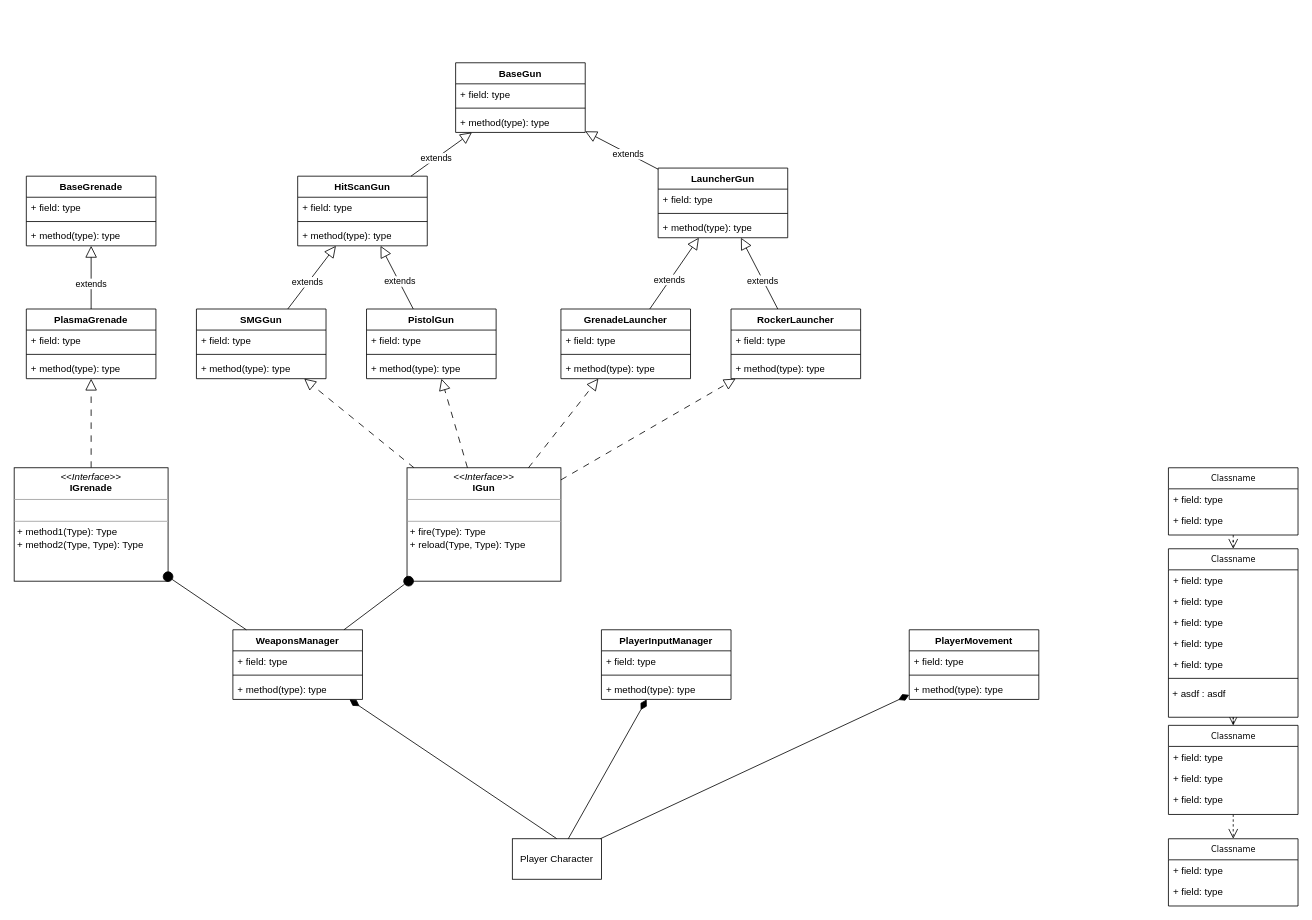
Before: Untitled Diagram.drawio in dana-jadzia/SGD213_Task-2-Wiki, a draw.io diagram. Source tidied: cells renumbered, new cells numbered last; positions are measured from the earlier drawing's top-left corner, leaving out a move shared by most shapes. Both pictures are drawn from the tidied source at 81%, with x=0, y=0 at pixel (14, 62).
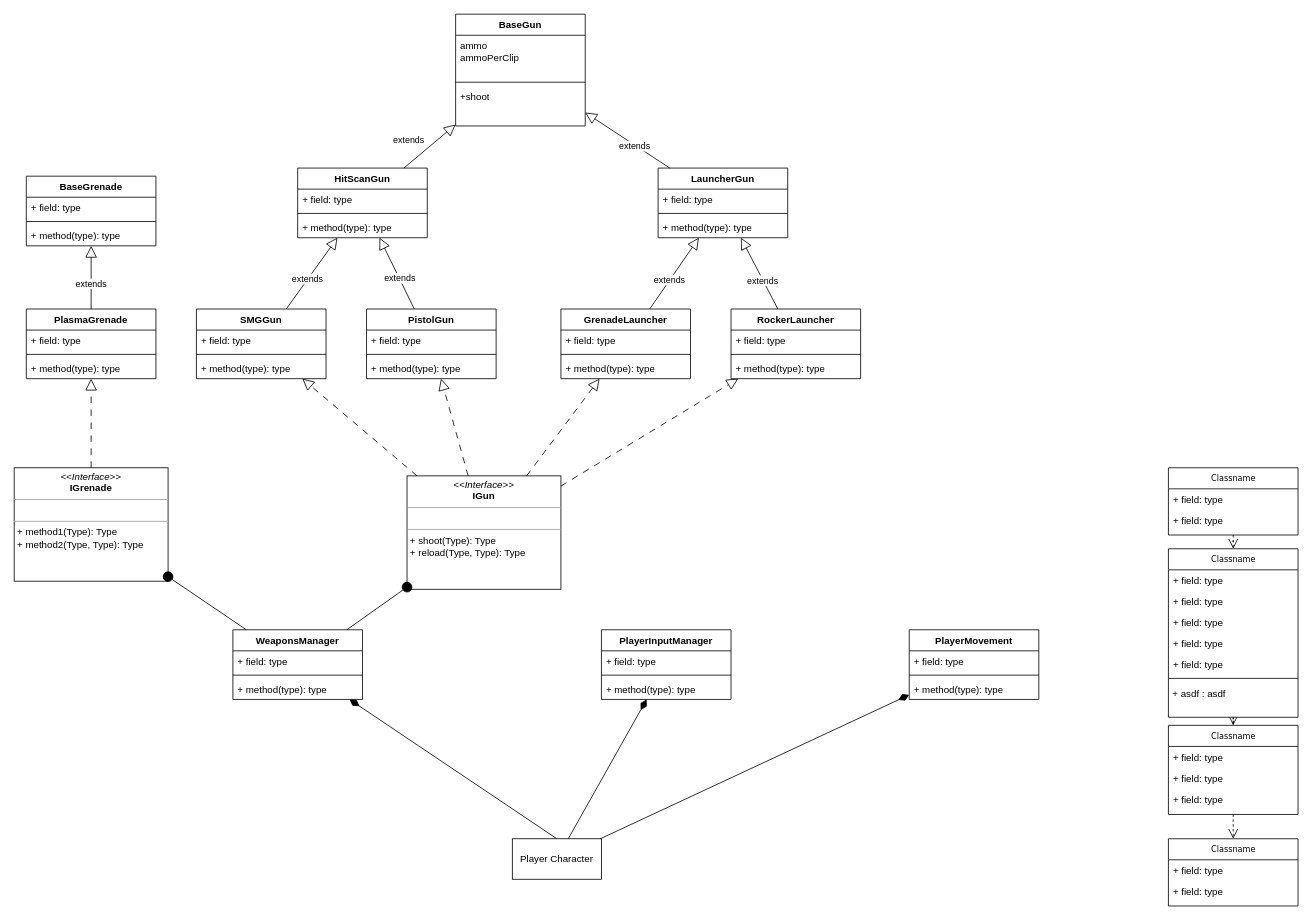
The same page after the edit.

The change refers to these unchanged cells:
```xml
<mxCell id="70" style="rounded=0;jettySize=auto;html=1;endArrow=block;endFill=0;startSize=6;endSize=12;" parent="1" edge="1" source="60" target="66">
  <mxGeometry relative="1" as="geometry" />
</mxCell>
```

Change to the diagram source:
```diff
@@
-    <mxCell id="37" value="&lt;p style=&quot;margin:0px;margin-top:4px;text-align:center;&quot;&gt;&lt;i&gt;&amp;lt;&amp;lt;Interface&amp;gt;&amp;gt;&lt;/i&gt;&lt;br&gt;&lt;b&gt;IGun&lt;/b&gt;&lt;/p&gt;&lt;hr size=&quot;1&quot;&gt;&lt;br&gt;&lt;hr size=&quot;1&quot;&gt;&lt;p style=&quot;margin:0px;margin-left:4px;&quot;&gt;+ fire(Type): Type&lt;br&gt;+ reload(Type, Type): Type&lt;/p&gt;" style="verticalAlign=top;align=left;overflow=fill;fontSize=12;fontFamily=Helvetica;html=1;rounded=0;shadow=0;comic=0;labelBackgroundColor=none;strokeWidth=1;" parent="1" vertex="1">
-      <mxGeometry x="485" y="500" width="190" height="140" as="geometry" />
+    <mxCell id="37" value="&lt;p style=&quot;margin:0px;margin-top:4px;text-align:center;&quot;&gt;&lt;i&gt;&amp;lt;&amp;lt;Interface&amp;gt;&amp;gt;&lt;/i&gt;&lt;br&gt;&lt;b&gt;IGun&lt;/b&gt;&lt;/p&gt;&lt;hr size=&quot;1&quot;&gt;&lt;br&gt;&lt;hr size=&quot;1&quot;&gt;&lt;p style=&quot;margin:0px;margin-left:4px;&quot;&gt;+ shoot(Type): Type&lt;br&gt;+ reload(Type, Type): Type&lt;/p&gt;" style="verticalAlign=top;align=left;overflow=fill;fontSize=12;fontFamily=Helvetica;html=1;rounded=0;shadow=0;comic=0;labelBackgroundColor=none;strokeWidth=1;" parent="1" vertex="1">
+      <mxGeometry x="485" y="510" width="190" height="140" as="geometry" />
     </mxCell>
@@
     <mxCell id="60" value="HitScanGun" style="swimlane;fontStyle=1;align=center;verticalAlign=top;horizontal=1;startSize=26;whiteSpace=wrap;html=1;" parent="1" vertex="1">
-      <mxGeometry x="350" y="140" width="160" height="86" as="geometry" />
+      <mxGeometry x="350" y="130" width="160" height="86" as="geometry" />
     </mxCell>
@@
     <mxCell id="66" value="BaseGun" style="swimlane;fontStyle=1;align=center;verticalAlign=top;horizontal=1;startSize=26;whiteSpace=wrap;html=1;" parent="1" vertex="1">
-      <mxGeometry x="545" width="160" height="86" as="geometry" />
+      <mxGeometry x="545" y="-60" width="160" height="138" as="geometry" />
     </mxCell>
-    <mxCell id="67" value="+ field: type" style="text;strokeColor=none;fillColor=none;align=left;verticalAlign=top;spacingLeft=4;spacingRight=4;overflow=hidden;whiteSpace=wrap;html=1;" parent="66" vertex="1">
-      <mxGeometry y="26" width="160" height="26" as="geometry" />
+    <mxCell id="67" value="&lt;div&gt;ammo&lt;/div&gt;&lt;div&gt;ammoPerClip&lt;/div&gt;" style="text;strokeColor=none;fillColor=none;align=left;verticalAlign=top;spacingLeft=4;spacingRight=4;overflow=hidden;whiteSpace=wrap;html=1;" parent="66" vertex="1">
+      <mxGeometry y="26" width="160" height="54" as="geometry" />
     </mxCell>
     <mxCell id="68" style="line;strokeWidth=1;fillColor=none;align=left;verticalAlign=middle;spacingTop=-1;spacingLeft=3;spacingRight=3;labelPosition=right;strokeColor=inherit;" parent="66" vertex="1">
-      <mxGeometry y="52" width="160" height="8" as="geometry" />
+      <mxGeometry y="80" width="160" height="8" as="geometry" />
     </mxCell>
-    <mxCell id="69" value="+ method(type): type" style="text;strokeColor=none;fillColor=none;align=left;verticalAlign=top;spacingLeft=4;spacingRight=4;overflow=hidden;whiteSpace=wrap;html=1;" parent="66" vertex="1">
-      <mxGeometry y="60" width="160" height="26" as="geometry" />
+    <mxCell id="69" value="+shoot" style="text;strokeColor=none;fillColor=none;align=left;verticalAlign=top;spacingLeft=4;spacingRight=4;overflow=hidden;whiteSpace=wrap;html=1;" parent="66" vertex="1">
+      <mxGeometry y="88" width="160" height="50" as="geometry" />
     </mxCell>
@@
     <mxCell id="71" value="extends" style="edgeLabel;html=1;align=center;verticalAlign=middle;" parent="70" vertex="1">
-      <mxGeometry x="-0.17" y="1" relative="1" as="geometry" />
+      <mxGeometry x="-0.17" y="1" relative="1" as="geometry">
+        <mxPoint x="-21" y="-12" as="offset" />
+      </mxGeometry>
     </mxCell>
```
